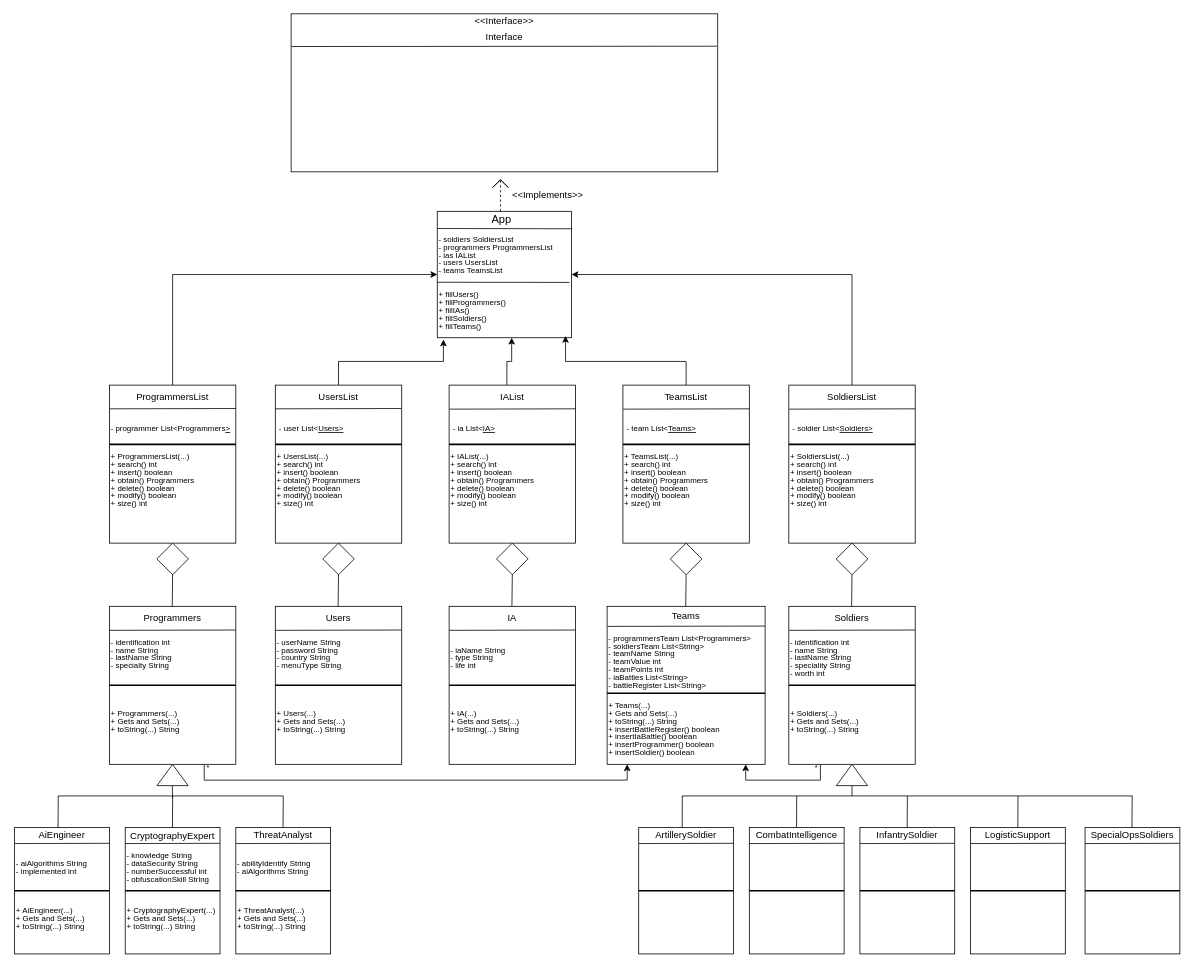
This is Untitled Diagram.drawio from elfaldia/Proyectos-del-faldia-JavaScript, a draw.io file, before an edit. Source tidied: cells renumbered, new cells numbered last; positions are measured from the earlier drawing's top-left corner, leaving out a move shared by most shapes. Both pictures are drawn from the tidied source at 79%, with x=0, y=0 at pixel (14, 13).
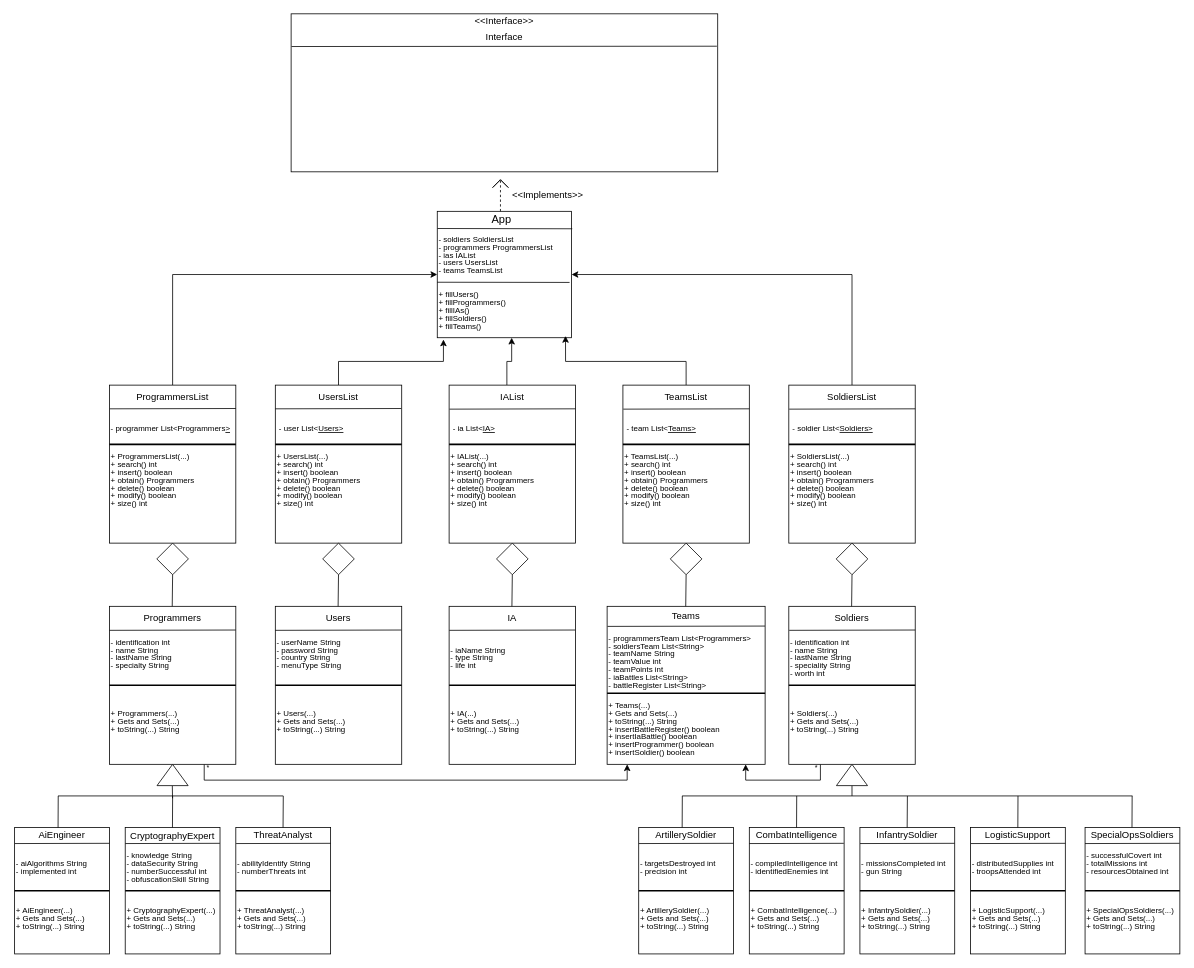
After the change.

Change to the diagram source:
```diff
@@
-    <mxCell id="227" value="- aiAlgorithms String" style="text;html=1;strokeColor=none;fillColor=none;align=left;verticalAlign=middle;whiteSpace=wrap;rounded=0;fontStyle=0;fontSize=10;" parent="1" vertex="1">
+    <mxCell id="227" value="- numberThreats int" style="text;html=1;strokeColor=none;fillColor=none;align=left;verticalAlign=middle;whiteSpace=wrap;rounded=0;fontStyle=0;fontSize=10;" parent="1" vertex="1">
       <mxGeometry x="280" y="1080" width="120" height="10" as="geometry" />
     </mxCell>
+    <mxCell id="228" value="&lt;span style=&quot;font-weight: normal;&quot;&gt;+ Gets and Sets(...)&lt;br&gt;&lt;/span&gt;" style="text;html=1;strokeColor=none;fillColor=none;align=left;verticalAlign=middle;whiteSpace=wrap;rounded=0;fontStyle=1;fontSize=10;" parent="1" vertex="1">
+      <mxGeometry x="790" y="1140" width="120" height="10" as="geometry" />
+    </mxCell>
+    <mxCell id="229" value="&lt;span style=&quot;font-weight: normal;&quot;&gt;+ Gets and Sets(...)&lt;br&gt;&lt;/span&gt;" style="text;html=1;strokeColor=none;fillColor=none;align=left;verticalAlign=middle;whiteSpace=wrap;rounded=0;fontStyle=1;fontSize=10;" parent="1" vertex="1">
+      <mxGeometry x="930" y="1140" width="120" height="10" as="geometry" />
+    </mxCell>
+    <mxCell id="230" value="&lt;span style=&quot;font-weight: normal;&quot;&gt;+ Gets and Sets(...)&lt;br&gt;&lt;/span&gt;" style="text;html=1;strokeColor=none;fillColor=none;align=left;verticalAlign=middle;whiteSpace=wrap;rounded=0;fontStyle=1;fontSize=10;" parent="1" vertex="1">
+      <mxGeometry x="1070" y="1140" width="120" height="10" as="geometry" />
+    </mxCell>
+    <mxCell id="231" value="&lt;span style=&quot;font-weight: normal;&quot;&gt;+ Gets and Sets(...)&lt;br&gt;&lt;/span&gt;" style="text;html=1;strokeColor=none;fillColor=none;align=left;verticalAlign=middle;whiteSpace=wrap;rounded=0;fontStyle=1;fontSize=10;" parent="1" vertex="1">
+      <mxGeometry x="1210" y="1140" width="120" height="10" as="geometry" />
+    </mxCell>
+    <mxCell id="232" value="&lt;span style=&quot;font-weight: normal;&quot;&gt;+ Gets and Sets(...)&lt;br&gt;&lt;/span&gt;" style="text;html=1;strokeColor=none;fillColor=none;align=left;verticalAlign=middle;whiteSpace=wrap;rounded=0;fontStyle=1;fontSize=10;" parent="1" vertex="1">
+      <mxGeometry x="1355" y="1140" width="120" height="10" as="geometry" />
+    </mxCell>
+    <mxCell id="233" value="&lt;span style=&quot;font-weight: normal;&quot;&gt;+ toString(...) String&lt;br&gt;&lt;/span&gt;" style="text;html=1;strokeColor=none;fillColor=none;align=left;verticalAlign=middle;whiteSpace=wrap;rounded=0;fontStyle=1;fontSize=10;" parent="1" vertex="1">
+      <mxGeometry x="790" y="1150" width="110" height="10" as="geometry" />
+    </mxCell>
+    <mxCell id="234" value="&lt;span style=&quot;font-weight: normal;&quot;&gt;+ toString(...) String&lt;br&gt;&lt;/span&gt;" style="text;html=1;strokeColor=none;fillColor=none;align=left;verticalAlign=middle;whiteSpace=wrap;rounded=0;fontStyle=1;fontSize=10;" parent="1" vertex="1">
+      <mxGeometry x="930" y="1150" width="110" height="10" as="geometry" />
+    </mxCell>
+    <mxCell id="235" value="&lt;span style=&quot;font-weight: normal;&quot;&gt;+ toString(...) String&lt;br&gt;&lt;/span&gt;" style="text;html=1;strokeColor=none;fillColor=none;align=left;verticalAlign=middle;whiteSpace=wrap;rounded=0;fontStyle=1;fontSize=10;" parent="1" vertex="1">
+      <mxGeometry x="1070" y="1150" width="110" height="10" as="geometry" />
+    </mxCell>
+    <mxCell id="236" value="&lt;span style=&quot;font-weight: normal;&quot;&gt;+ toString(...) String&lt;br&gt;&lt;/span&gt;" style="text;html=1;strokeColor=none;fillColor=none;align=left;verticalAlign=middle;whiteSpace=wrap;rounded=0;fontStyle=1;fontSize=10;" parent="1" vertex="1">
+      <mxGeometry x="1210" y="1150" width="110" height="10" as="geometry" />
+    </mxCell>
+    <mxCell id="237" value="&lt;span style=&quot;font-weight: normal;&quot;&gt;+ toString(...) String&lt;br&gt;&lt;/span&gt;" style="text;html=1;strokeColor=none;fillColor=none;align=left;verticalAlign=middle;whiteSpace=wrap;rounded=0;fontStyle=1;fontSize=10;" parent="1" vertex="1">
+      <mxGeometry x="1355" y="1150" width="110" height="10" as="geometry" />
+    </mxCell>
+    <mxCell id="238" value="&lt;span style=&quot;font-weight: normal;&quot;&gt;+ ArtillerySoldier(...)&lt;br&gt;&lt;/span&gt;" style="text;html=1;strokeColor=none;fillColor=none;align=left;verticalAlign=middle;whiteSpace=wrap;rounded=0;fontStyle=1;fontSize=10;" parent="1" vertex="1">
+      <mxGeometry x="790" y="1130" width="100" height="10" as="geometry" />
+    </mxCell>
+    <mxCell id="239" value="&lt;span style=&quot;font-weight: normal;&quot;&gt;+ CombatIntelligence(...)&lt;br&gt;&lt;/span&gt;" style="text;html=1;strokeColor=none;fillColor=none;align=left;verticalAlign=middle;whiteSpace=wrap;rounded=0;fontStyle=1;fontSize=10;" parent="1" vertex="1">
+      <mxGeometry x="930" y="1130" width="120" height="10" as="geometry" />
+    </mxCell>
+    <mxCell id="240" value="&lt;span style=&quot;font-weight: normal;&quot;&gt;+ InfantrySoldier(...)&lt;br&gt;&lt;/span&gt;" style="text;html=1;strokeColor=none;fillColor=none;align=left;verticalAlign=middle;whiteSpace=wrap;rounded=0;fontStyle=1;fontSize=10;" parent="1" vertex="1">
+      <mxGeometry x="1070" y="1130" width="120" height="10" as="geometry" />
+    </mxCell>
+    <mxCell id="241" value="&lt;span style=&quot;font-weight: normal;&quot;&gt;+ LogisticSupport(...)&lt;br&gt;&lt;/span&gt;" style="text;html=1;strokeColor=none;fillColor=none;align=left;verticalAlign=middle;whiteSpace=wrap;rounded=0;fontStyle=1;fontSize=10;" parent="1" vertex="1">
+      <mxGeometry x="1210" y="1130" width="120" height="10" as="geometry" />
+    </mxCell>
+    <mxCell id="242" value="&lt;span style=&quot;font-weight: normal;&quot;&gt;+ SpecialOpsSoldiers(...)&lt;br&gt;&lt;/span&gt;" style="text;html=1;strokeColor=none;fillColor=none;align=left;verticalAlign=middle;whiteSpace=wrap;rounded=0;fontStyle=1;fontSize=10;" parent="1" vertex="1">
+      <mxGeometry x="1355" y="1130" width="120" height="10" as="geometry" />
+    </mxCell>
+    <mxCell id="243" value="- targetsDestroyed int" style="text;html=1;strokeColor=none;fillColor=none;align=left;verticalAlign=middle;whiteSpace=wrap;rounded=0;fontStyle=0;fontSize=10;" parent="1" vertex="1">
+      <mxGeometry x="790" y="1070" width="120" height="10" as="geometry" />
+    </mxCell>
+    <mxCell id="244" value="- precision int" style="text;html=1;strokeColor=none;fillColor=none;align=left;verticalAlign=middle;whiteSpace=wrap;rounded=0;fontStyle=0;fontSize=10;" parent="1" vertex="1">
+      <mxGeometry x="790" y="1080" width="120" height="10" as="geometry" />
+    </mxCell>
+    <mxCell id="245" value="- compiledIntelligence int" style="text;html=1;strokeColor=none;fillColor=none;align=left;verticalAlign=middle;whiteSpace=wrap;rounded=0;fontStyle=0;fontSize=10;" parent="1" vertex="1">
+      <mxGeometry x="930" y="1070" width="120" height="10" as="geometry" />
+    </mxCell>
+    <mxCell id="246" value="- identifiedEnemies int" style="text;html=1;strokeColor=none;fillColor=none;align=left;verticalAlign=middle;whiteSpace=wrap;rounded=0;fontStyle=0;fontSize=10;" parent="1" vertex="1">
+      <mxGeometry x="930" y="1080" width="120" height="10" as="geometry" />
+    </mxCell>
+    <mxCell id="247" value="- missionsCompleted int" style="text;html=1;strokeColor=none;fillColor=none;align=left;verticalAlign=middle;whiteSpace=wrap;rounded=0;fontStyle=0;fontSize=10;" parent="1" vertex="1">
+      <mxGeometry x="1070" y="1070" width="120" height="10" as="geometry" />
+    </mxCell>
+    <mxCell id="248" value="- gun String" style="text;html=1;strokeColor=none;fillColor=none;align=left;verticalAlign=middle;whiteSpace=wrap;rounded=0;fontStyle=0;fontSize=10;" parent="1" vertex="1">
+      <mxGeometry x="1070" y="1080" width="120" height="10" as="geometry" />
+    </mxCell>
+    <mxCell id="249" value="- distributedSupplies int" style="text;html=1;strokeColor=none;fillColor=none;align=left;verticalAlign=middle;whiteSpace=wrap;rounded=0;fontStyle=0;fontSize=10;" parent="1" vertex="1">
+      <mxGeometry x="1210" y="1070" width="120" height="10" as="geometry" />
+    </mxCell>
+    <mxCell id="250" value="- troopsAttended int" style="text;html=1;strokeColor=none;fillColor=none;align=left;verticalAlign=middle;whiteSpace=wrap;rounded=0;fontStyle=0;fontSize=10;" parent="1" vertex="1">
+      <mxGeometry x="1210" y="1080" width="120" height="10" as="geometry" />
+    </mxCell>
+    <mxCell id="251" value="- successfulCovert int" style="text;html=1;strokeColor=none;fillColor=none;align=left;verticalAlign=middle;whiteSpace=wrap;rounded=0;fontStyle=0;fontSize=10;" parent="1" vertex="1">
+      <mxGeometry x="1355" y="1060" width="120" height="10" as="geometry" />
+    </mxCell>
+    <mxCell id="252" value="- totalMissions int" style="text;html=1;strokeColor=none;fillColor=none;align=left;verticalAlign=middle;whiteSpace=wrap;rounded=0;fontStyle=0;fontSize=10;" parent="1" vertex="1">
+      <mxGeometry x="1355" y="1070" width="120" height="10" as="geometry" />
+    </mxCell>
+    <mxCell id="253" value="- resourcesObtained int" style="text;html=1;strokeColor=none;fillColor=none;align=left;verticalAlign=middle;whiteSpace=wrap;rounded=0;fontStyle=0;fontSize=10;" parent="1" vertex="1">
+      <mxGeometry x="1355" y="1080" width="120" height="10" as="geometry" />
+    </mxCell>
```
